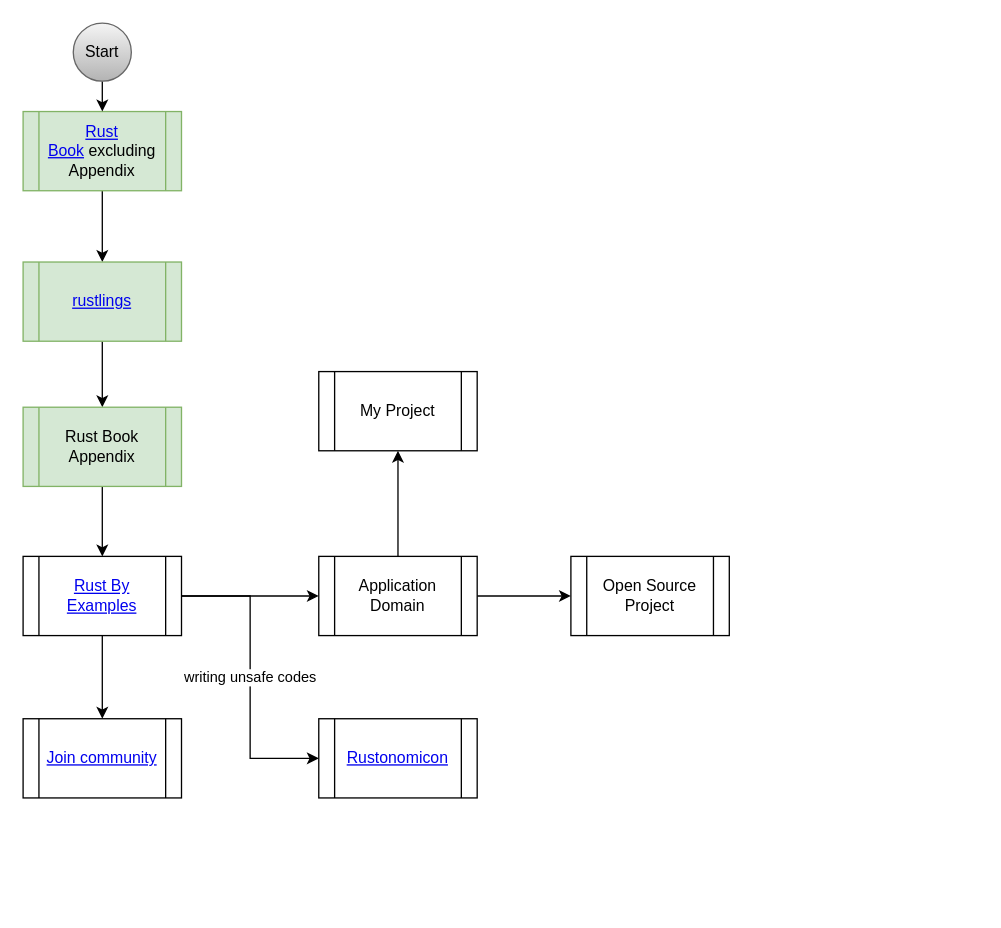
The draw.io diagram learning_roadmap.drawio in gftea/rust_lang_notes, before the edit. Source tidied: cells renumbered, new cells numbered last; positions are measured from the earlier drawing's top-left corner, leaving out a move shared by most shapes. Both pictures are drawn from the tidied source at 132%, with x=0, y=0 at pixel (22, 22).
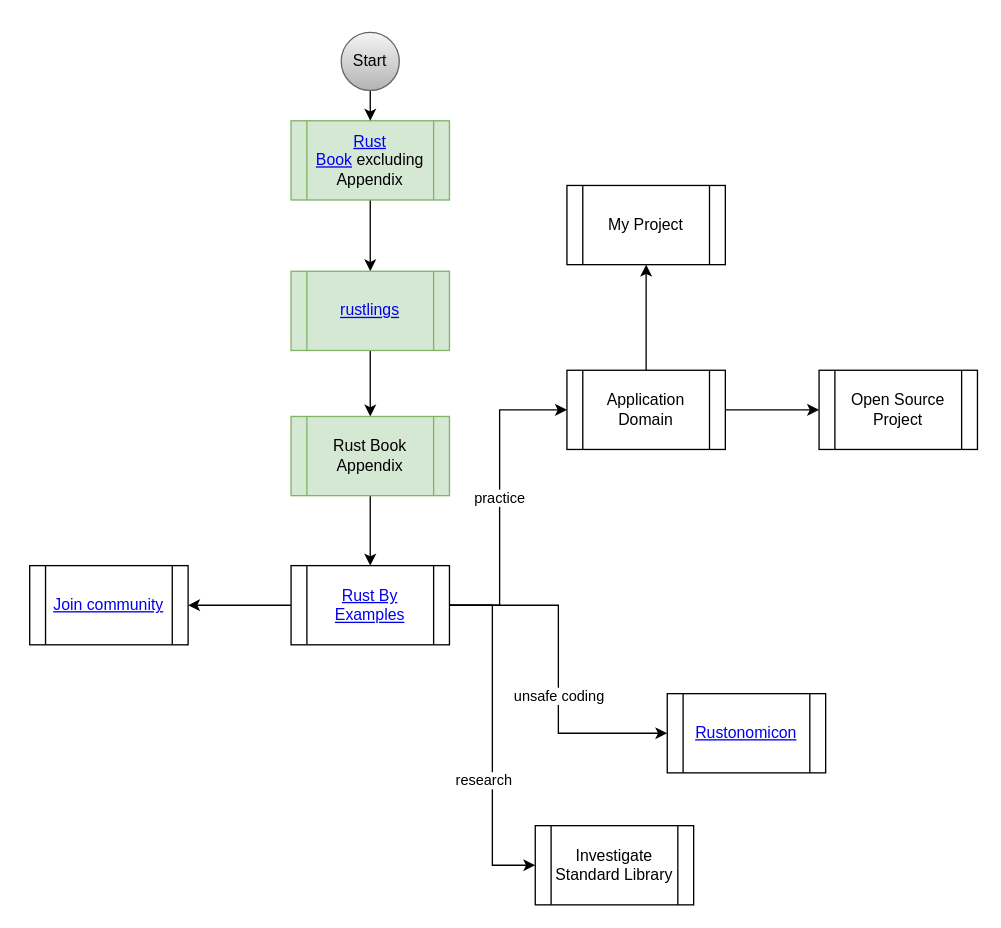
The same diagram, later.

The edit, as a diff of the source:
```diff
@@
     <mxCell id="3" value="&lt;a href=&quot;https://doc.rust-lang.org/book/&quot;&gt;Rust Book&lt;/a&gt;&amp;nbsp;excluding Appendix" style="shape=process;whiteSpace=wrap;html=1;backgroundOutline=1;fillColor=#d5e8d4;strokeColor=#82b366;" parent="1" vertex="1">
-      <mxGeometry y="67" width="120" height="60" as="geometry" />
+      <mxGeometry x="203" y="74" width="120" height="60" as="geometry" />
     </mxCell>
@@
     <mxCell id="6" value="&lt;a href=&quot;https://github.com/rust-lang/rustlings/&quot;&gt;rustlings&lt;/a&gt;" style="shape=process;whiteSpace=wrap;html=1;backgroundOutline=1;fillColor=#d5e8d4;strokeColor=#82b366;" parent="1" vertex="1">
-      <mxGeometry y="181" width="120" height="60" as="geometry" />
+      <mxGeometry x="203" y="188" width="120" height="60" as="geometry" />
     </mxCell>
@@
-    <mxCell id="8" style="edgeStyle=orthogonalEdgeStyle;rounded=0;jettySize=auto;html=1;" parent="1" edge="1" source="10" target="15">
-      <mxGeometry relative="1" as="geometry" />
+    <mxCell id="8" value="practice" style="edgeStyle=orthogonalEdgeStyle;rounded=0;jettySize=auto;html=1;" parent="1" edge="1" source="10" target="15">
+      <mxGeometry relative="1" as="geometry">
+        <Array as="points">
+          <mxPoint x="361" y="441" />
+          <mxPoint x="361" y="293" />
+        </Array>
+      </mxGeometry>
     </mxCell>
@@
+    <mxCell id="21" style="edgeStyle=orthogonalEdgeStyle;rounded=0;jettySize=auto;html=1;entryX=0;entryY=0.5;entryDx=0;entryDy=0;" parent="1" edge="1" source="10" target="23">
+      <mxGeometry relative="1" as="geometry" />
+    </mxCell>
+    <mxCell id="22" value="research" style="edgeLabel;html=1;align=center;verticalAlign=middle;" parent="21" vertex="1">
+      <mxGeometry x="0.45" y="3" relative="1" as="geometry">
+        <mxPoint x="-10" y="-25" as="offset" />
+      </mxGeometry>
+    </mxCell>
     <mxCell id="10" value="&lt;a href=&quot;https://doc.rust-lang.org/stable/rust-by-example/&quot;&gt;Rust By Examples&lt;/a&gt;" style="shape=process;whiteSpace=wrap;html=1;backgroundOutline=1;" parent="1" vertex="1">
-      <mxGeometry y="404" width="120" height="60" as="geometry" />
+      <mxGeometry x="203" y="411" width="120" height="60" as="geometry" />
     </mxCell>
     <mxCell id="11" value="Rust Book Appendix" style="shape=process;whiteSpace=wrap;html=1;backgroundOutline=1;fillColor=#d5e8d4;strokeColor=#82b366;" parent="1" vertex="1">
-      <mxGeometry y="291" width="120" height="60" as="geometry" />
+      <mxGeometry x="203" y="298" width="120" height="60" as="geometry" />
     </mxCell>
@@
     <mxCell id="13" value="Open Source Project" style="shape=process;whiteSpace=wrap;html=1;backgroundOutline=1;" parent="1" vertex="1">
-      <mxGeometry x="415" y="404" width="120" height="60" as="geometry" />
+      <mxGeometry x="603" y="263" width="120" height="60" as="geometry" />
     </mxCell>
     <mxCell id="14" value="My Project" style="shape=process;whiteSpace=wrap;html=1;backgroundOutline=1;" parent="1" vertex="1">
-      <mxGeometry x="224" y="264" width="120" height="60" as="geometry" />
+      <mxGeometry x="412" y="123" width="120" height="60" as="geometry" />
     </mxCell>
     <mxCell id="15" value="Application Domain" style="shape=process;whiteSpace=wrap;html=1;backgroundOutline=1;" parent="1" vertex="1">
-      <mxGeometry x="224" y="404" width="120" height="60" as="geometry" />
+      <mxGeometry x="412" y="263" width="120" height="60" as="geometry" />
     </mxCell>
-    <mxCell id="16" value="writing unsafe codes" style="edgeStyle=orthogonalEdgeStyle;rounded=0;jettySize=auto;html=1;exitX=1;exitY=0.5;exitDx=0;exitDy=0;entryX=0;entryY=0.5;entryDx=0;entryDy=0;" parent="1" edge="1" source="10" target="18">
-      <mxGeometry relative="1" as="geometry" />
+    <mxCell id="16" value="unsafe coding" style="edgeStyle=orthogonalEdgeStyle;rounded=0;jettySize=auto;html=1;exitX=1;exitY=0.5;exitDx=0;exitDy=0;entryX=0;entryY=0.5;entryDx=0;entryDy=0;" parent="1" edge="1" source="10" target="18">
+      <mxGeometry x="0.15" relative="1" as="geometry" />
     </mxCell>
     <mxCell id="17" value="&lt;a href=&quot;https://www.rust-lang.org/community&quot;&gt;Join community&lt;/a&gt;" style="shape=process;whiteSpace=wrap;html=1;backgroundOutline=1;" parent="1" vertex="1">
-      <mxGeometry y="527" width="120" height="60" as="geometry" />
+      <mxGeometry x="5" y="411" width="120" height="60" as="geometry" />
     </mxCell>
     <mxCell id="18" value="&lt;a href=&quot;https://doc.rust-lang.org/nomicon/&quot;&gt;Rustonomicon&lt;/a&gt;" style="shape=process;whiteSpace=wrap;html=1;backgroundOutline=1;" parent="1" vertex="1">
-      <mxGeometry x="224" y="527" width="120" height="60" as="geometry" />
+      <mxGeometry x="488" y="508" width="120" height="60" as="geometry" />
     </mxCell>
@@
     <mxCell id="20" value="Start" style="ellipse;whiteSpace=wrap;html=1;fillColor=#f5f5f5;gradientColor=#b3b3b3;strokeColor=#666666;" parent="1" vertex="1">
-      <mxGeometry x="38" width="44" height="44" as="geometry" />
+      <mxGeometry x="241" y="7" width="44" height="44" as="geometry" />
     </mxCell>
+    <mxCell id="23" value="Investigate Standard Library" style="shape=process;whiteSpace=wrap;html=1;backgroundOutline=1;" parent="1" vertex="1">
+      <mxGeometry x="388" y="608" width="120" height="60" as="geometry" />
+    </mxCell>
```
